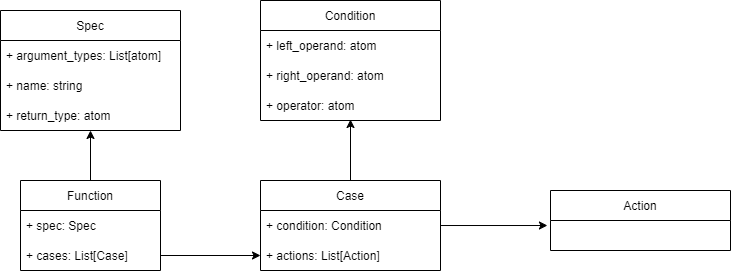
This is Diagram.png from DeividasBrazenas/tla-generator, a draw.io export, as it was before one commit. Source tidied: cells renumbered, new cells last; positions are measured from the earlier drawing's top-left corner, leaving out a move shared by most shapes.
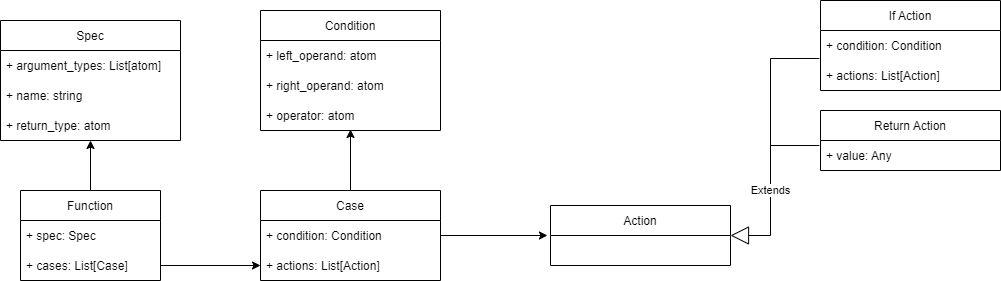
After the change.

What changed in the source:
```diff
@@ -59,7 +59,35 @@
       <mxGeometry relative="1" as="geometry" />
     </mxCell>
     <mxCell id="20" value="Action" style="swimlane;fontStyle=0;horizontal=1;startSize=30;" parent="1" vertex="1">
-      <mxGeometry x="550" y="190" width="180" height="60" as="geometry" />
+      <mxGeometry x="550" y="195" width="180" height="60" as="geometry" />
     </mxCell>
+    <mxCell id="21" value="Return Action" style="swimlane;fontStyle=0;horizontal=1;startSize=30;" parent="1" vertex="1">
+      <mxGeometry x="820" y="100" width="180" height="60" as="geometry" />
+    </mxCell>
+    <mxCell id="22" value="+ value: Any" style="text;strokeColor=none;fillColor=none;align=left;verticalAlign=middle;spacingLeft=4;spacingRight=4;overflow=hidden;points=[[0,0.5],[1,0.5]];portConstraint=eastwest;" parent="21" vertex="1">
+      <mxGeometry y="30" width="180" height="30" as="geometry" />
+    </mxCell>
+    <mxCell id="23" value="If Action" style="swimlane;fontStyle=0;horizontal=1;startSize=30;" parent="1" vertex="1">
+      <mxGeometry x="820" y="-10" width="180" height="90" as="geometry" />
+    </mxCell>
+    <mxCell id="24" value="+ condition: Condition" style="text;strokeColor=none;fillColor=none;align=left;verticalAlign=middle;spacingLeft=4;spacingRight=4;overflow=hidden;points=[[0,0.5],[1,0.5]];portConstraint=eastwest;" parent="23" vertex="1">
+      <mxGeometry y="30" width="180" height="30" as="geometry" />
+    </mxCell>
+    <mxCell id="25" value="+ actions: List[Action]" style="text;strokeColor=none;fillColor=none;align=left;verticalAlign=middle;spacingLeft=4;spacingRight=4;overflow=hidden;" parent="23" vertex="1">
+      <mxGeometry y="60" width="180" height="30" as="geometry" />
+    </mxCell>
+    <mxCell id="26" value="Extends" style="endArrow=block;endSize=16;endFill=0;html=1;rounded=0;entryX=1;entryY=0.5;entryDx=0;entryDy=0;exitX=-0.006;exitY=0.933;exitDx=0;exitDy=0;exitPerimeter=0;" parent="1" edge="1" source="24" target="20">
+      <mxGeometry x="0.36" relative="1" as="geometry">
+        <Array as="points">
+          <mxPoint x="770" y="48" />
+          <mxPoint x="770" y="225" />
+        </Array>
+      </mxGeometry>
+    </mxCell>
+    <mxCell id="27" style="endArrow=none;html=1;rounded=0;entryX=-0.006;entryY=0.167;entryDx=0;entryDy=0;entryPerimeter=0;" parent="1" edge="1" target="22">
+      <mxGeometry relative="1" as="geometry">
+        <mxPoint x="770" y="135" as="sourcePoint" />
+      </mxGeometry>
+    </mxCell>
   </root>
 </mxGraphModel>
```
